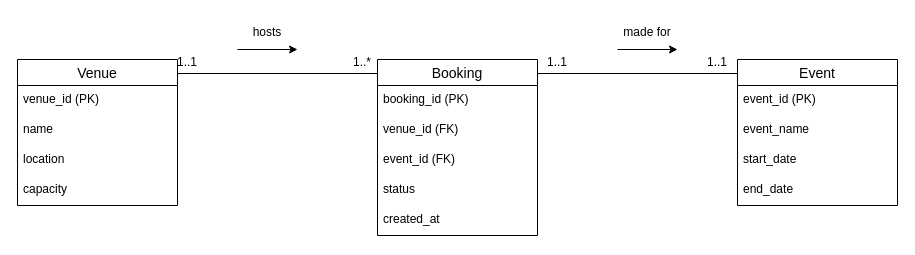
ST10443356-Siphesihle-Zwane/CloudPOEPart1 keeps this draw.io diagram as Cloud POE.drawio. Above is the earlier version. Source tidied: cells renumbered, new cells numbered last; positions are measured from the earlier drawing's top-left corner, leaving out a move shared by most shapes. Both pictures are drawn from the tidied source at 100%, with x=0, y=0 at pixel (17, 17).
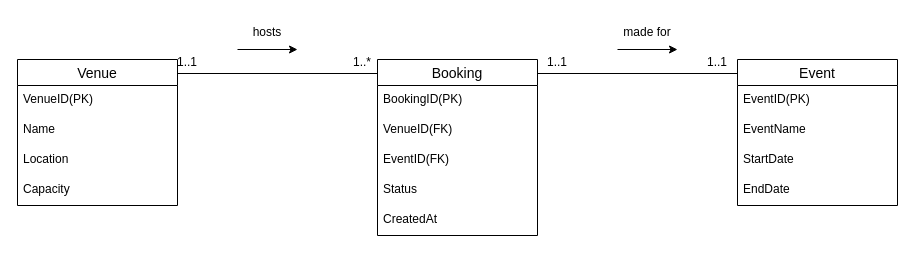
The same page after the edit.

Unchanged cells that the change refers to:
```xml
<mxCell id="2" value="Event" style="swimlane;fontStyle=0;horizontal=1;startSize=26;align=center;fontSize=14;" parent="1" vertex="1">
  <mxGeometry x="720" y="42" width="160" height="146" as="geometry" />
</mxCell>
<mxCell id="7" value="Venue" style="swimlane;fontStyle=0;horizontal=1;startSize=26;align=center;fontSize=14;" parent="1" vertex="1">
  <mxGeometry y="42" width="160" height="146" as="geometry" />
</mxCell>
<mxCell id="12" value="Booking" style="swimlane;fontStyle=0;horizontal=1;startSize=26;align=center;fontSize=14;" parent="1" vertex="1">
  <mxGeometry x="360" y="42" width="160" height="176" as="geometry" />
</mxCell>
```

The edit, as a diff of the source:
```diff
@@
-    <mxCell id="3" value="event_id (PK)" style="text;strokeColor=none;fillColor=none;spacingLeft=4;spacingRight=4;overflow=hidden;fontSize=12;whiteSpace=wrap;html=1;" parent="2" vertex="1">
+    <mxCell id="3" value="EventID(PK)" style="text;strokeColor=none;fillColor=none;spacingLeft=4;spacingRight=4;overflow=hidden;fontSize=12;whiteSpace=wrap;html=1;" parent="2" vertex="1">
       <mxGeometry y="26" width="160" height="30" as="geometry" />
     </mxCell>
-    <mxCell id="4" value="event_name" style="text;strokeColor=none;fillColor=none;spacingLeft=4;spacingRight=4;overflow=hidden;fontSize=12;whiteSpace=wrap;html=1;" parent="2" vertex="1">
+    <mxCell id="4" value="EventName" style="text;strokeColor=none;fillColor=none;spacingLeft=4;spacingRight=4;overflow=hidden;fontSize=12;whiteSpace=wrap;html=1;" parent="2" vertex="1">
       <mxGeometry y="56" width="160" height="30" as="geometry" />
     </mxCell>
-    <mxCell id="5" value="start_date" style="text;strokeColor=none;fillColor=none;spacingLeft=4;spacingRight=4;overflow=hidden;fontSize=12;whiteSpace=wrap;html=1;" parent="2" vertex="1">
+    <mxCell id="5" value="StartDate" style="text;strokeColor=none;fillColor=none;spacingLeft=4;spacingRight=4;overflow=hidden;fontSize=12;whiteSpace=wrap;html=1;" parent="2" vertex="1">
       <mxGeometry y="86" width="160" height="30" as="geometry" />
     </mxCell>
-    <mxCell id="6" value="end_date" style="text;strokeColor=none;fillColor=none;spacingLeft=4;spacingRight=4;overflow=hidden;fontSize=12;whiteSpace=wrap;html=1;" parent="2" vertex="1">
+    <mxCell id="6" value="EndDate" style="text;strokeColor=none;fillColor=none;spacingLeft=4;spacingRight=4;overflow=hidden;fontSize=12;whiteSpace=wrap;html=1;" parent="2" vertex="1">
       <mxGeometry y="116" width="160" height="30" as="geometry" />
     </mxCell>
@@
-    <mxCell id="8" value="venue_id (PK)" style="text;strokeColor=none;fillColor=none;spacingLeft=4;spacingRight=4;overflow=hidden;fontSize=12;whiteSpace=wrap;html=1;" parent="7" vertex="1">
+    <mxCell id="8" value="VenueID(PK)" style="text;strokeColor=none;fillColor=none;spacingLeft=4;spacingRight=4;overflow=hidden;fontSize=12;whiteSpace=wrap;html=1;" parent="7" vertex="1">
       <mxGeometry y="26" width="160" height="30" as="geometry" />
     </mxCell>
-    <mxCell id="9" value="name" style="text;strokeColor=none;fillColor=none;spacingLeft=4;spacingRight=4;overflow=hidden;fontSize=12;whiteSpace=wrap;html=1;" parent="7" vertex="1">
+    <mxCell id="9" value="Name" style="text;strokeColor=none;fillColor=none;spacingLeft=4;spacingRight=4;overflow=hidden;fontSize=12;whiteSpace=wrap;html=1;" parent="7" vertex="1">
       <mxGeometry y="56" width="160" height="30" as="geometry" />
     </mxCell>
-    <mxCell id="10" value="location" style="text;strokeColor=none;fillColor=none;spacingLeft=4;spacingRight=4;overflow=hidden;fontSize=12;whiteSpace=wrap;html=1;" parent="7" vertex="1">
+    <mxCell id="10" value="Location" style="text;strokeColor=none;fillColor=none;spacingLeft=4;spacingRight=4;overflow=hidden;fontSize=12;whiteSpace=wrap;html=1;" parent="7" vertex="1">
       <mxGeometry y="86" width="160" height="30" as="geometry" />
     </mxCell>
-    <mxCell id="11" value="capacity" style="text;strokeColor=none;fillColor=none;spacingLeft=4;spacingRight=4;overflow=hidden;fontSize=12;whiteSpace=wrap;html=1;" parent="7" vertex="1">
+    <mxCell id="11" value="Capacity" style="text;strokeColor=none;fillColor=none;spacingLeft=4;spacingRight=4;overflow=hidden;fontSize=12;whiteSpace=wrap;html=1;" parent="7" vertex="1">
       <mxGeometry y="116" width="160" height="30" as="geometry" />
     </mxCell>
@@
-    <mxCell id="13" value="booking_id (PK)" style="text;strokeColor=none;fillColor=none;spacingLeft=4;spacingRight=4;overflow=hidden;fontSize=12;whiteSpace=wrap;html=1;" parent="12" vertex="1">
+    <mxCell id="13" value="BookingID(PK)" style="text;strokeColor=none;fillColor=none;spacingLeft=4;spacingRight=4;overflow=hidden;fontSize=12;whiteSpace=wrap;html=1;" parent="12" vertex="1">
       <mxGeometry y="26" width="160" height="30" as="geometry" />
     </mxCell>
-    <mxCell id="14" value="venue_id (FK)" style="text;strokeColor=none;fillColor=none;spacingLeft=4;spacingRight=4;overflow=hidden;fontSize=12;whiteSpace=wrap;html=1;" parent="12" vertex="1">
+    <mxCell id="14" value="VenueID(FK)" style="text;strokeColor=none;fillColor=none;spacingLeft=4;spacingRight=4;overflow=hidden;fontSize=12;whiteSpace=wrap;html=1;" parent="12" vertex="1">
       <mxGeometry y="56" width="160" height="30" as="geometry" />
     </mxCell>
-    <mxCell id="15" value="event_id (FK)" style="text;strokeColor=none;fillColor=none;spacingLeft=4;spacingRight=4;overflow=hidden;fontSize=12;whiteSpace=wrap;html=1;" parent="12" vertex="1">
+    <mxCell id="15" value="EventID(FK)" style="text;strokeColor=none;fillColor=none;spacingLeft=4;spacingRight=4;overflow=hidden;fontSize=12;whiteSpace=wrap;html=1;" parent="12" vertex="1">
       <mxGeometry y="86" width="160" height="30" as="geometry" />
     </mxCell>
-    <mxCell id="16" value="status" style="text;strokeColor=none;fillColor=none;spacingLeft=4;spacingRight=4;overflow=hidden;fontSize=12;whiteSpace=wrap;html=1;" parent="12" vertex="1">
+    <mxCell id="16" value="Status" style="text;strokeColor=none;fillColor=none;spacingLeft=4;spacingRight=4;overflow=hidden;fontSize=12;whiteSpace=wrap;html=1;" parent="12" vertex="1">
       <mxGeometry y="116" width="160" height="30" as="geometry" />
     </mxCell>
-    <mxCell id="17" value="created_at" style="text;strokeColor=none;fillColor=none;spacingLeft=4;spacingRight=4;overflow=hidden;fontSize=12;whiteSpace=wrap;html=1;" parent="12" vertex="1">
+    <mxCell id="17" value="CreatedAt" style="text;strokeColor=none;fillColor=none;spacingLeft=4;spacingRight=4;overflow=hidden;fontSize=12;whiteSpace=wrap;html=1;" parent="12" vertex="1">
       <mxGeometry y="146" width="160" height="30" as="geometry" />
     </mxCell>
```
